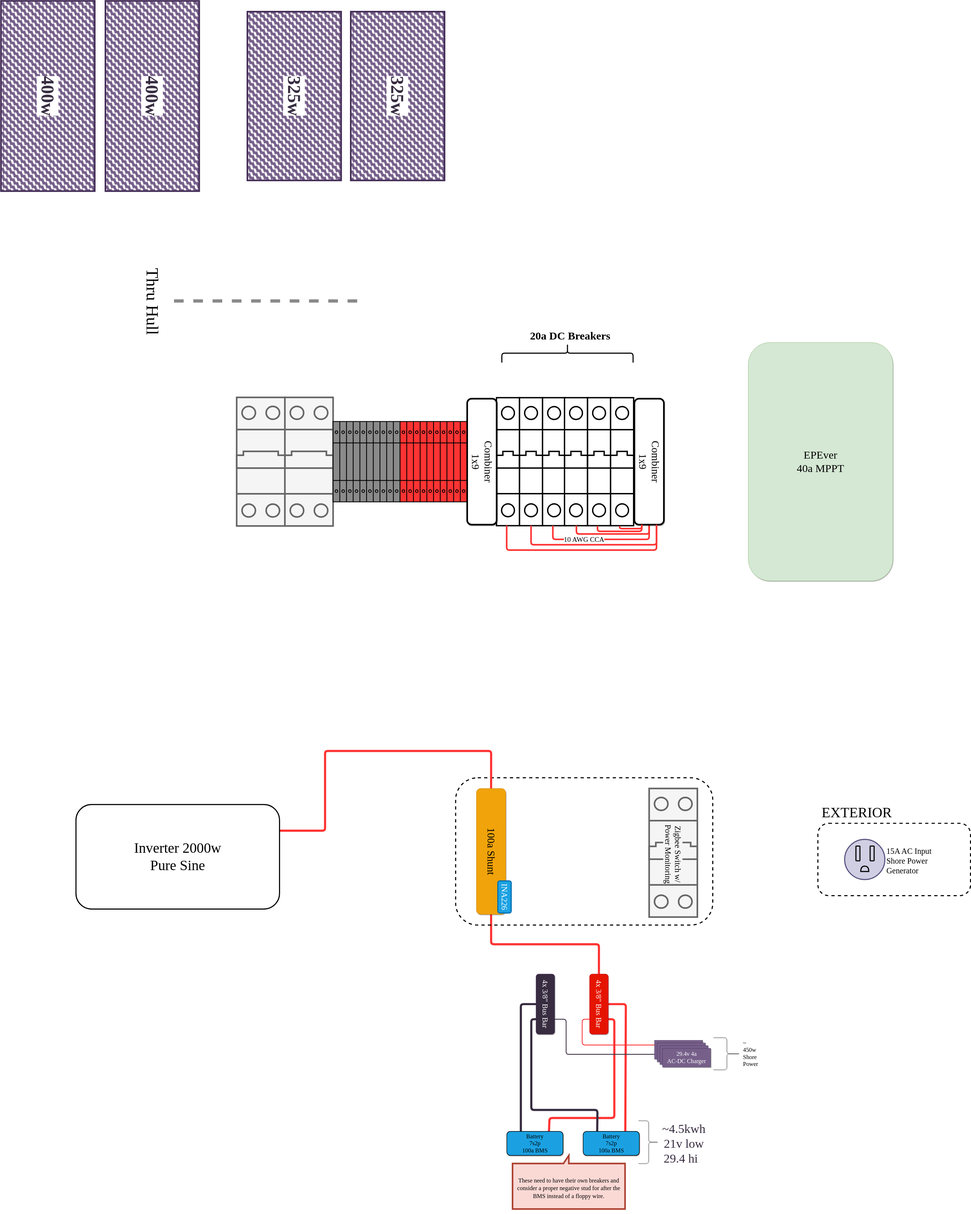
This is gary-bussy-electrical.drawio.svg from clomads/gary-bussy, a draw.io export, as it was before one commit. Source tidied: cells renumbered, new cells last; positions are measured from the earlier drawing's top-left corner, leaving out a move shared by most shapes.
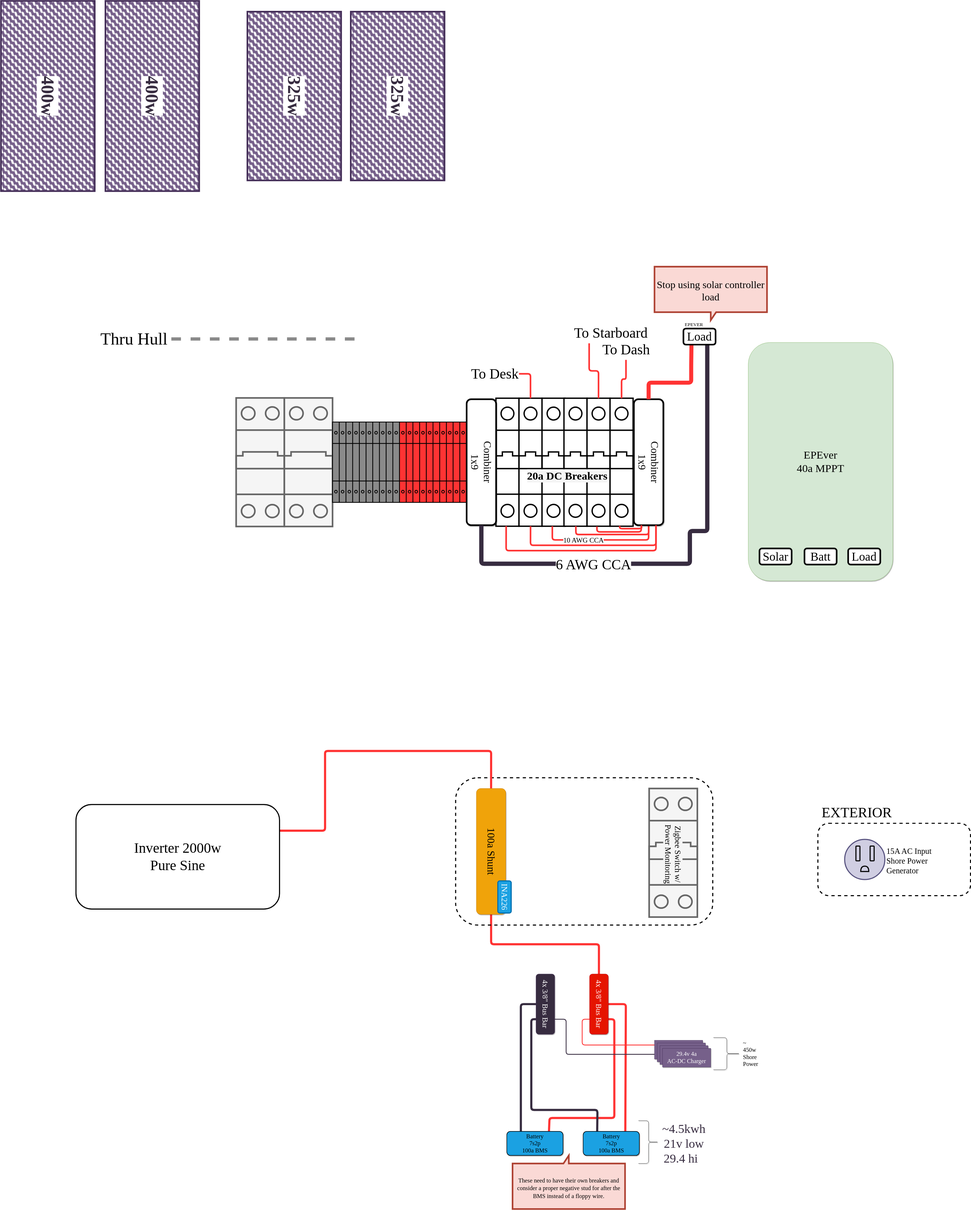
The same file after the commit.

Commit message:
solar DC load side

What changed in the source:
```diff
@@ -81,7 +81,7 @@
       <mxGeometry x="2970" y="1095" width="540" height="890" as="geometry" />
     </mxCell>
     <mxCell id="19" style="group;" parent="1" vertex="1">
-      <mxGeometry x="1060" y="1020" width="1595" height="760" as="geometry" />
+      <mxGeometry x="1058" y="1022" width="1707" height="760" as="geometry" />
     </mxCell>
     <mxCell id="20" style="group;" parent="19" vertex="1">
       <mxGeometry y="280" width="1595" height="480" as="geometry" />
@@ -165,15 +165,36 @@
         </Array>
       </mxGeometry>
     </mxCell>
-    <mxCell id="39" style="group;" parent="19" vertex="1">
-      <mxGeometry x="990" width="490" height="150" as="geometry" />
-    </mxCell>
-    <mxCell id="40" style="shape=curlyBracket;whiteSpace=wrap;html=1;rounded=1;flipH=1;labelPosition=right;verticalLabelPosition=middle;align=left;verticalAlign=middle;sketch=0;strokeColor=default;fontSize=41;direction=south;strokeWidth=4;" parent="39" vertex="1">
-      <mxGeometry y="80" width="490" height="70" as="geometry" />
-    </mxCell>
-    <mxCell id="41" value="20a DC Breakers" style="text;html=1;align=center;verticalAlign=middle;strokeColor=none;fillColor=none;fontSize=41;fontFamily=League Spartan;fontSource=https%3A%2F%2Ffonts.googleapis.com%2Fcss%3Ffamily%3DLeague%2BSpartan;fontStyle=1;" parent="39" vertex="1">
-      <mxGeometry x="99.8" y="20" width="310" height="60" as="geometry" />
+    <mxCell id="41" value="20a DC Breakers" style="text;html=1;align=center;verticalAlign=middle;strokeColor=none;fillColor=none;fontSize=41;fontFamily=League Spartan;fontSource=https%3A%2F%2Ffonts.googleapis.com%2Fcss%3Ffamily%3DLeague%2BSpartan;fontStyle=1;labelBackgroundColor=#F5F5F5;" parent="20" vertex="1">
+      <mxGeometry x="1081" y="261" width="310" height="60" as="geometry" />
     </mxCell>
+    <mxCell id="70" value="To Desk" style="text;html=1;align=center;verticalAlign=middle;points=[];strokeColor=none;fillColor=none;fontSize=53;fontFamily=League Spartan;fontColor=default;" parent="19" vertex="1">
+      <mxGeometry x="876" y="150" width="180" height="80" as="geometry" />
+    </mxCell>
+    <mxCell id="71" style="edgeStyle=orthogonalEdgeStyle;shape=connector;rounded=1;jettySize=auto;html=1;labelBackgroundColor=default;strokeColor=#FF3333;strokeWidth=6;fontFamily=League Spartan;fontSource=https%3A%2F%2Ffonts.googleapis.com%2Fcss%3Ffamily%3DLeague%2BSpartan;fontSize=53;fontColor=default;endArrow=none;endFill=0;" parent="19" edge="1" source="27" target="70">
+      <mxGeometry relative="1" as="geometry">
+        <Array as="points">
+          <mxPoint x="1099" y="190" />
+        </Array>
+      </mxGeometry>
+    </mxCell>
+    <mxCell id="72" value="To Dash" style="text;html=1;align=center;verticalAlign=middle;points=[];strokeColor=none;fillColor=none;fontSize=53;fontFamily=League Spartan;fontColor=default;" parent="19" vertex="1">
+      <mxGeometry x="1362" y="62" width="187" height="76" as="geometry" />
+    </mxCell>
+    <mxCell id="73" value="To Starboard" style="text;html=1;align=center;verticalAlign=middle;points=[];strokeColor=none;fillColor=none;fontSize=53;fontFamily=League Spartan;fontColor=default;" parent="19" vertex="1">
+      <mxGeometry x="1249" width="300" height="76" as="geometry" />
+    </mxCell>
+    <mxCell id="74" style="edgeStyle=orthogonalEdgeStyle;shape=connector;rounded=1;jettySize=auto;html=1;labelBackgroundColor=default;strokeColor=#FF3333;strokeWidth=6;fontFamily=League Spartan;fontSource=https%3A%2F%2Ffonts.googleapis.com%2Fcss%3Ffamily%3DLeague%2BSpartan;fontSize=53;fontColor=default;endArrow=none;endFill=0;" parent="19" edge="1" source="31" target="72">
+      <mxGeometry relative="1" as="geometry" />
+    </mxCell>
+    <mxCell id="75" style="edgeStyle=orthogonalEdgeStyle;shape=connector;rounded=1;jettySize=auto;html=1;labelBackgroundColor=default;strokeColor=#FF3333;strokeWidth=6;fontFamily=League Spartan;fontSource=https%3A%2F%2Ffonts.googleapis.com%2Fcss%3Ffamily%3DLeague%2BSpartan;fontSize=53;fontColor=default;endArrow=none;endFill=0;" parent="19" edge="1" source="30" target="73">
+      <mxGeometry relative="1" as="geometry">
+        <Array as="points">
+          <mxPoint x="1353" y="179" />
+          <mxPoint x="1318" y="179" />
+        </Array>
+      </mxGeometry>
+    </mxCell>
     <mxCell id="42" style="rounded=1;whiteSpace=wrap;html=1;sketch=0;strokeColor=default;strokeWidth=4;fontFamily=League Spartan;fontSource=https%3A%2F%2Ffonts.googleapis.com%2Fcss%3Ffamily%3DLeague%2BSpartan;fontSize=41;fillColor=none;dashed=1;perimeterSpacing=0;" parent="1" vertex="1">
       <mxGeometry x="1877.5" y="2720" width="960" height="550" as="geometry" />
     </mxCell>
@@ -240,15 +261,6 @@
         </Array>
       </mxGeometry>
     </mxCell>
-    <mxCell id="60" style="endArrow=none;dashed=1;html=1;rounded=1;strokeColor=#8A8A8A;strokeWidth=12;fontFamily=League Spartan;fontSource=https%3A%2F%2Ffonts.googleapis.com%2Fcss%3Ffamily%3DLeague%2BSpartan;fontSize=26;endSize=0;startSize=0;jumpSize=8;jumpStyle=none;targetPerimeterSpacing=0;sourcePerimeterSpacing=0;" parent="1" edge="1">
-      <mxGeometry relative="1" as="geometry">
-        <mxPoint x="1510" y="940" as="sourcePoint" />
-        <mxPoint x="800" y="940" as="targetPoint" />
-      </mxGeometry>
-    </mxCell>
-    <mxCell id="61" value="Thru Hull" style="text;html=1;strokeColor=none;fillColor=none;align=center;verticalAlign=middle;whiteSpace=wrap;rounded=0;shadow=0;sketch=0;strokeWidth=4;fontFamily=League Spartan;fontSource=https%3A%2F%2Ffonts.googleapis.com%2Fcss%3Ffamily%3DLeague%2BSpartan;fontSize=63;rotation=90;" parent="1" vertex="1">
-      <mxGeometry x="570" y="930" width="350" height="25" as="geometry" />
-    </mxCell>
     <mxCell id="62" value="&lt;font color=&quot;#372c40&quot; style=&quot;font-size: 67px;&quot;&gt;&lt;span style=&quot;font-size: 67px;&quot;&gt;400w&lt;/span&gt;&lt;/font&gt;" style="rounded=0;whiteSpace=wrap;html=1;shadow=0;sketch=0;strokeColor=#432D57;strokeWidth=6;fontFamily=League Spartan;fontSource=https%3A%2F%2Ffonts.googleapis.com%2Fcss%3Ffamily%3DLeague%2BSpartan;fontSize=67;fillColor=#76608a;fillStyle=zigzag-line;fontColor=#ffffff;horizontal=1;textDirection=rtl;rotation=90;fontStyle=1;labelBackgroundColor=default;spacing=4;spacingTop=0;" parent="1" vertex="1">
       <mxGeometry x="390" width="710" height="350" as="geometry" />
     </mxCell>
@@ -273,5 +285,64 @@
     <mxCell id="69" value="&lt;p style=&quot;line-height: 20%;&quot;&gt;&lt;span style=&quot;color: rgb(0, 0, 0); font-size: 22px;&quot;&gt;These need to have their own breakers and consider a proper negative stud for after the BMS instead of a floppy wire.&lt;/span&gt;&lt;/p&gt;" style="shape=callout;whiteSpace=wrap;html=1;perimeter=calloutPerimeter;shadow=0;labelBackgroundColor=none;sketch=0;fillStyle=auto;strokeColor=#ae4132;strokeWidth=6;fontFamily=League Spartan;fontSource=https%3A%2F%2Ffonts.googleapis.com%2Fcss%3Ffamily%3DLeague%2BSpartan;fontSize=67;fillColor=#fad9d5;direction=west;" parent="1" vertex="1">
       <mxGeometry x="2090" y="4130" width="420" height="200" as="geometry" />
     </mxCell>
+    <mxCell id="76" style="group;" parent="1" vertex="1">
+      <mxGeometry x="502" y="1070" width="998" height="25" as="geometry" />
+    </mxCell>
+    <mxCell id="60" style="endArrow=none;dashed=1;html=1;rounded=1;strokeColor=#8A8A8A;strokeWidth=12;fontFamily=League Spartan;fontSource=https%3A%2F%2Ffonts.googleapis.com%2Fcss%3Ffamily%3DLeague%2BSpartan;fontSize=26;endSize=0;startSize=0;jumpSize=8;jumpStyle=none;targetPerimeterSpacing=0;sourcePerimeterSpacing=0;" parent="76" edge="1">
+      <mxGeometry relative="1" as="geometry">
+        <mxPoint x="998" y="12" as="sourcePoint" />
+        <mxPoint x="288" y="12" as="targetPoint" />
+      </mxGeometry>
+    </mxCell>
+    <mxCell id="61" value="Thru Hull" style="text;html=1;strokeColor=none;fillColor=none;align=center;verticalAlign=middle;whiteSpace=wrap;rounded=0;shadow=0;sketch=0;strokeWidth=4;fontFamily=League Spartan;fontSource=https%3A%2F%2Ffonts.googleapis.com%2Fcss%3Ffamily%3DLeague%2BSpartan;fontSize=63;rotation=0;" parent="76" vertex="1">
+      <mxGeometry width="350" height="25" as="geometry" />
+    </mxCell>
+    <mxCell id="77" style="edgeStyle=orthogonalEdgeStyle;shape=connector;rounded=1;jettySize=auto;html=1;labelBackgroundColor=default;strokeColor=#372C40;strokeWidth=16;fontFamily=League Spartan;fontSource=https%3A%2F%2Ffonts.googleapis.com%2Fcss%3Ffamily%3DLeague%2BSpartan;fontSize=53;fontColor=default;endArrow=none;endFill=0;entryX=0.75;entryY=1;entryDx=0;entryDy=0;" parent="1" edge="1" source="26" target="84">
+      <mxGeometry relative="1" as="geometry">
+        <Array as="points">
+          <mxPoint x="1974" y="1921" />
+          <mxPoint x="2752" y="1921" />
+          <mxPoint x="2752" y="1799" />
+          <mxPoint x="2817" y="1799" />
+          <mxPoint x="2817" y="1103" />
+        </Array>
+      </mxGeometry>
+    </mxCell>
+    <mxCell id="78" value="6 AWG CCA" style="edgeLabel;align=center;verticalAlign=middle;fontSize=53;fontFamily=League Spartan;fontColor=default;spacing=9;spacingLeft=0;html=1;" parent="77" vertex="1">
+      <mxGeometry x="-0.22" y="-4" relative="1" as="geometry">
+        <mxPoint x="-140" y="-4" as="offset" />
+      </mxGeometry>
+    </mxCell>
+    <mxCell id="79" style="edgeStyle=orthogonalEdgeStyle;shape=connector;rounded=1;jettySize=auto;html=1;labelBackgroundColor=default;strokeColor=#FF3333;strokeWidth=15;fontFamily=League Spartan;fontSource=https%3A%2F%2Ffonts.googleapis.com%2Fcss%3Ffamily%3DLeague%2BSpartan;fontSize=53;fontColor=default;endArrow=none;endFill=0;entryX=0.25;entryY=1;entryDx=0;entryDy=0;" parent="1" edge="1" source="37" target="84">
+      <mxGeometry relative="1" as="geometry">
+        <Array as="points">
+          <mxPoint x="2598" y="1245" />
+          <mxPoint x="2757" y="1245" />
+          <mxPoint x="2757" y="1180" />
+          <mxPoint x="2758" y="1180" />
+        </Array>
+      </mxGeometry>
+    </mxCell>
+    <mxCell id="80" value="Solar" style="rounded=1;whiteSpace=wrap;html=1;shadow=0;labelBackgroundColor=none;sketch=0;fillStyle=auto;strokeColor=default;strokeWidth=6;fontFamily=League Spartan;fontSource=https%3A%2F%2Ffonts.googleapis.com%2Fcss%3Ffamily%3DLeague%2BSpartan;fontSize=45;fontColor=default;fillColor=default;" parent="1" vertex="1">
+      <mxGeometry x="3012" y="1864" width="120" height="60" as="geometry" />
+    </mxCell>
+    <mxCell id="81" value="Batt" style="rounded=1;whiteSpace=wrap;html=1;shadow=0;labelBackgroundColor=none;sketch=0;fillStyle=auto;strokeColor=default;strokeWidth=6;fontFamily=League Spartan;fontSource=https%3A%2F%2Ffonts.googleapis.com%2Fcss%3Ffamily%3DLeague%2BSpartan;fontSize=45;fontColor=default;fillColor=default;" parent="1" vertex="1">
+      <mxGeometry x="3180" y="1864" width="120" height="60" as="geometry" />
+    </mxCell>
+    <mxCell id="82" value="Load" style="rounded=1;whiteSpace=wrap;html=1;shadow=0;labelBackgroundColor=none;sketch=0;fillStyle=auto;strokeColor=default;strokeWidth=6;fontFamily=League Spartan;fontSource=https%3A%2F%2Ffonts.googleapis.com%2Fcss%3Ffamily%3DLeague%2BSpartan;fontSize=45;fontColor=default;fillColor=default;" parent="1" vertex="1">
+      <mxGeometry x="3343" y="1864" width="120" height="60" as="geometry" />
+    </mxCell>
+    <mxCell id="83" style="group;" parent="1" vertex="1">
+      <mxGeometry x="2728" y="1012" width="120" height="91" as="geometry" />
+    </mxCell>
+    <mxCell id="84" value="Load" style="rounded=1;whiteSpace=wrap;html=1;shadow=0;labelBackgroundColor=none;sketch=0;fillStyle=auto;strokeColor=default;strokeWidth=6;fontFamily=League Spartan;fontSource=https%3A%2F%2Ffonts.googleapis.com%2Fcss%3Ffamily%3DLeague%2BSpartan;fontSize=45;fontColor=default;fillColor=default;" parent="83" vertex="1">
+      <mxGeometry y="31" width="120" height="60" as="geometry" />
+    </mxCell>
+    <mxCell id="85" value="EPEVER" style="text;html=1;align=center;verticalAlign=middle;strokeColor=none;fillColor=none;fontSize=18;fontFamily=League Spartan;fontColor=default;" parent="83" vertex="1">
+      <mxGeometry width="77" height="34" as="geometry" />
+    </mxCell>
+    <mxCell id="86" value="&lt;p style=&quot;line-height: 55%;&quot;&gt;&lt;span style=&quot;color: rgb(0, 0, 0);&quot;&gt;&lt;font style=&quot;font-size: 38px;&quot;&gt;Stop using solar controller load&lt;/font&gt;&lt;/span&gt;&lt;/p&gt;" style="shape=callout;whiteSpace=wrap;html=1;perimeter=calloutPerimeter;shadow=0;labelBackgroundColor=none;sketch=0;fillStyle=auto;strokeColor=#ae4132;strokeWidth=6;fontFamily=League Spartan;fontSource=https%3A%2F%2Ffonts.googleapis.com%2Fcss%3Ffamily%3DLeague%2BSpartan;fontSize=67;fillColor=#fad9d5;direction=east;" parent="1" vertex="1">
+      <mxGeometry x="2620" y="812" width="420" height="200" as="geometry" />
+    </mxCell>
   </root>
 </mxGraphModel>
```
